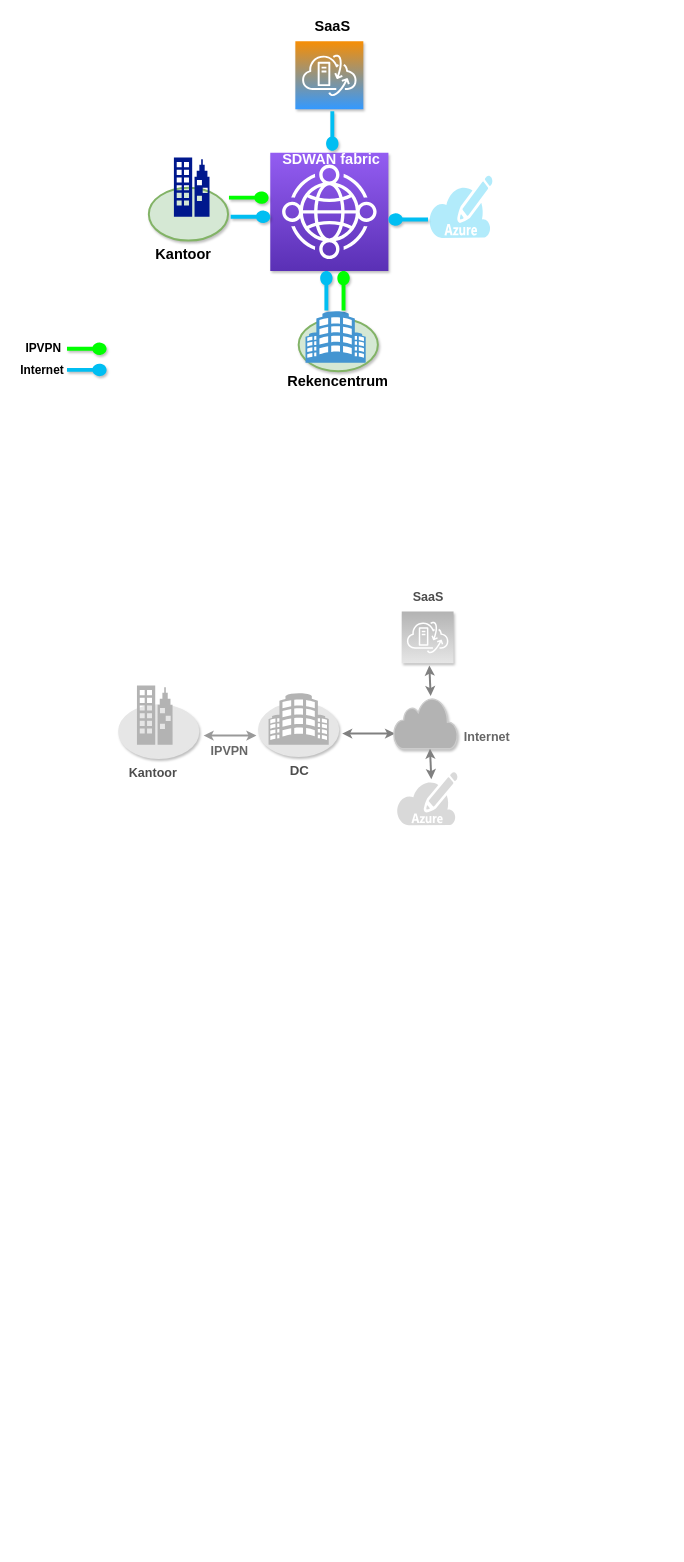
This is SDWAN-project.drawio from mhwwas/Terraform, a draw.io file, before an edit. Source tidied: cells renumbered, new cells numbered last; positions are measured from the earlier drawing's top-left corner, leaving out a move shared by most shapes. Both pictures are drawn from the tidied source at 66%, with x=0, y=0 at pixel (14, 14). Pictures stored in the file or linked from it are replaced by grey dashed boxes.
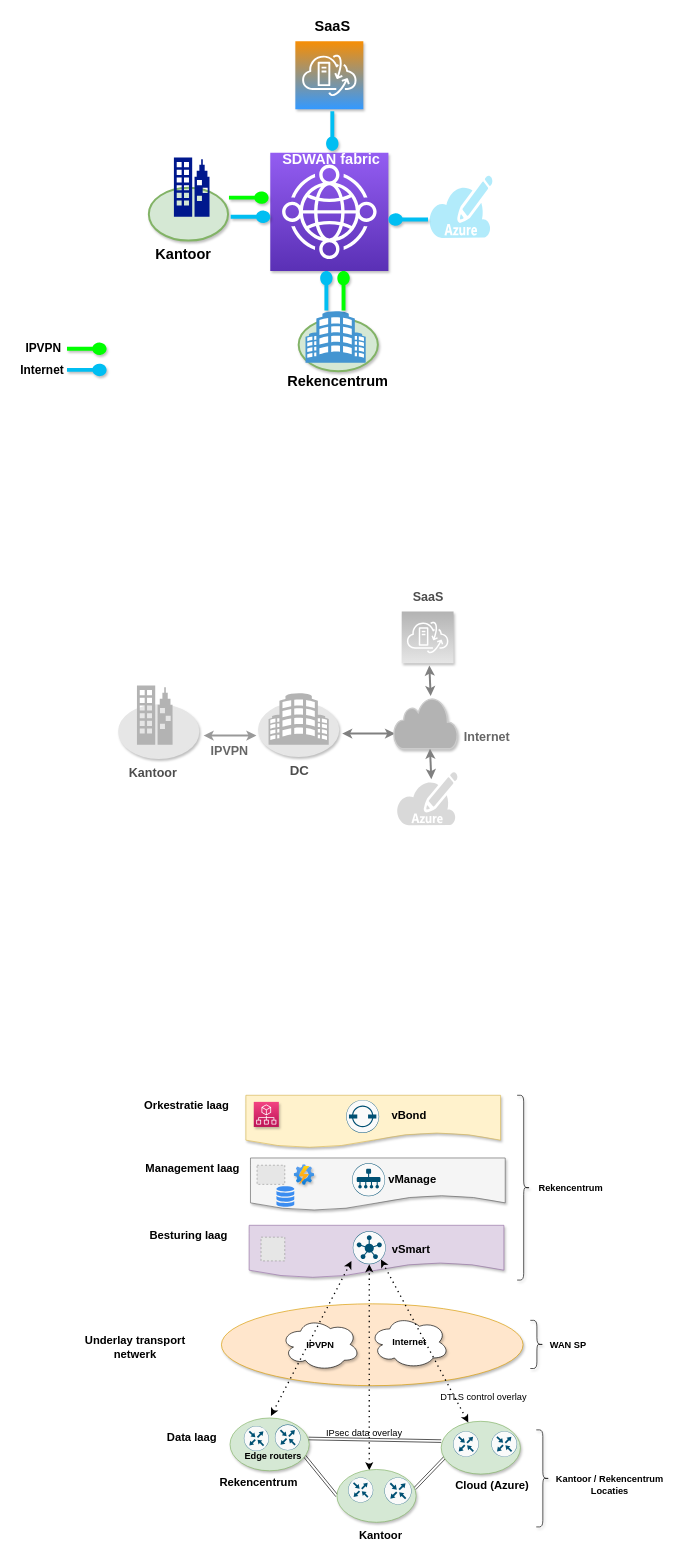
The same diagram, later.

Change to the diagram source:
```diff
@@
+    <mxCell id="40" style="shape=link;html=1;rounded=0;fontSize=17;startArrow=classic;startFill=1;endArrow=classic;endFill=1;width=-4;exitX=0.983;exitY=0.363;exitDx=0;exitDy=0;exitPerimeter=0;" parent="1" edge="1" source="73">
+      <mxGeometry relative="1" as="geometry">
+        <mxPoint x="669" y="2169.5" as="targetPoint" />
+      </mxGeometry>
+    </mxCell>
+    <mxCell id="41" style="shape=link;html=1;rounded=0;fontSize=17;startArrow=classic;startFill=1;endArrow=classic;endFill=1;width=-4;entryX=0;entryY=0.5;entryDx=0;entryDy=0;exitX=0.855;exitY=0.8555;exitDx=0;exitDy=0;exitPerimeter=0;" parent="1" edge="1" source="52" target="73">
+      <mxGeometry relative="1" as="geometry" />
+    </mxCell>
+    <mxCell id="42" style="ellipse;whiteSpace=wrap;html=1;shadow=1;fillColor=#ffe6cc;strokeColor=#d79b00;" parent="1" vertex="1">
+      <mxGeometry x="314" y="1954" width="457" height="124" as="geometry" />
+    </mxCell>
+    <mxCell id="43" style="shape=document;whiteSpace=wrap;html=1;boundedLbl=1;shadow=1;fillColor=#e1d5e7;strokeColor=#9673a6;" parent="1" vertex="1">
+      <mxGeometry x="356" y="1835" width="386" height="80" as="geometry" />
+    </mxCell>
+    <mxCell id="44" style="shape=document;whiteSpace=wrap;html=1;boundedLbl=1;shadow=1;fillColor=#f5f5f5;fontColor=#333333;strokeColor=#666666;" parent="1" vertex="1">
+      <mxGeometry x="358" y="1733" width="386" height="80" as="geometry" />
+    </mxCell>
+    <mxCell id="45" style="shape=document;whiteSpace=wrap;html=1;boundedLbl=1;shadow=1;fillColor=#fff2cc;strokeColor=#d6b656;" parent="1" vertex="1">
+      <mxGeometry x="351" y="1638" width="386" height="80" as="geometry" />
+    </mxCell>
+    <mxCell id="46" style="ellipse;whiteSpace=wrap;html=1;fillColor=#d5e8d4;strokeColor=#82b366;shadow=1;" parent="1" vertex="1">
+      <mxGeometry x="647" y="2132" width="120" height="80" as="geometry" />
+    </mxCell>
+    <mxCell id="47" style="ellipse;whiteSpace=wrap;html=1;fillColor=#d5e8d4;strokeColor=#82b366;shadow=1;" parent="1" vertex="1">
+      <mxGeometry x="327" y="2127" width="120" height="80" as="geometry" />
+    </mxCell>
@@
+    <mxCell id="48" style="sketch=0;verticalLabelPosition=bottom;html=1;verticalAlign=top;align=center;shape=mxgraph.cisco19.rect;prIcon=vmanage;fillColor=#FAFAFA;strokeColor=#005073;" parent="1" vertex="1">
+      <mxGeometry x="512" y="1741" width="50" height="50" as="geometry" />
+    </mxCell>
+    <mxCell id="49" style="sketch=0;points=[[0.5,0,0],[1,0.5,0],[0.5,1,0],[0,0.5,0],[0.145,0.145,0],[0.8555,0.145,0],[0.855,0.8555,0],[0.145,0.855,0]];verticalLabelPosition=bottom;html=1;verticalAlign=top;align=center;shape=mxgraph.cisco19.rect;prIcon=vsmart;fillColor=#FAFAFA;strokeColor=#005073;" parent="1" vertex="1">
+      <mxGeometry x="513" y="1844" width="50" height="50" as="geometry" />
+    </mxCell>
+    <mxCell id="50" style="sketch=0;verticalLabelPosition=bottom;html=1;verticalAlign=top;align=center;shape=mxgraph.cisco19.rect;prIcon=vbond;fillColor=#FAFAFA;strokeColor=#005073;" parent="1" vertex="1">
+      <mxGeometry x="503" y="1645" width="50" height="50" as="geometry" />
+    </mxCell>
+    <mxCell id="51" style="sketch=0;verticalLabelPosition=bottom;html=1;verticalAlign=top;align=center;shape=mxgraph.cisco19.rect;prIcon=router;fillColor=#FAFAFA;strokeColor=#005073;" parent="1" vertex="1">
+      <mxGeometry x="348" y="2139" width="38" height="38" as="geometry" />
+    </mxCell>
+    <mxCell id="52" style="sketch=0;points=[[0.5,0,0],[1,0.5,0],[0.5,1,0],[0,0.5,0],[0.145,0.145,0],[0.8555,0.145,0],[0.855,0.8555,0],[0.145,0.855,0]];verticalLabelPosition=bottom;html=1;verticalAlign=top;align=center;shape=mxgraph.cisco19.rect;prIcon=router;fillColor=#FAFAFA;strokeColor=#005073;" parent="1" vertex="1">
+      <mxGeometry x="395" y="2137" width="39" height="39" as="geometry" />
+    </mxCell>
+    <mxCell id="53" style="sketch=0;verticalLabelPosition=bottom;html=1;verticalAlign=top;align=center;shape=mxgraph.cisco19.rect;prIcon=router;fillColor=#FAFAFA;strokeColor=#005073;" parent="1" vertex="1">
+      <mxGeometry x="665" y="2147" width="39" height="39" as="geometry" />
+    </mxCell>
+    <mxCell id="54" style="sketch=0;verticalLabelPosition=bottom;html=1;verticalAlign=top;align=center;shape=mxgraph.cisco19.rect;prIcon=router;fillColor=#FAFAFA;strokeColor=#005073;" parent="1" vertex="1">
+      <mxGeometry x="723" y="2147" width="39" height="39" as="geometry" />
+    </mxCell>
+    <mxCell id="55" value="&lt;font style=&quot;font-size: 14px;&quot;&gt;&lt;b&gt;IPVPN&lt;/b&gt;&lt;/font&gt;" style="ellipse;shape=cloud;whiteSpace=wrap;html=1;shadow=1;" parent="1" vertex="1">
+      <mxGeometry x="404" y="1975.5" width="120" height="80" as="geometry" />
+    </mxCell>
+    <mxCell id="56" value="&lt;font size=&quot;1&quot;&gt;&lt;b style=&quot;font-size: 14px;&quot;&gt;Internet&lt;/b&gt;&lt;/font&gt;" style="ellipse;shape=cloud;whiteSpace=wrap;html=1;shadow=1;" parent="1" vertex="1">
+      <mxGeometry x="539" y="1972" width="120" height="80" as="geometry" />
+    </mxCell>
+    <mxCell id="57" value="&lt;font size=&quot;1&quot;&gt;&lt;b style=&quot;font-size: 17px;&quot;&gt;Orkestratie laag&lt;/b&gt;&lt;/font&gt;" style="text;html=1;align=center;verticalAlign=middle;fillColor=none;strokeColor=none;rounded=0;shadow=1;fontSize=14;" parent="1" vertex="1">
+      <mxGeometry x="188" y="1638" width="146" height="32" as="geometry" />
+    </mxCell>
+    <mxCell id="58" value="&lt;font size=&quot;1&quot;&gt;&lt;b style=&quot;font-size: 17px;&quot;&gt;Management laag&lt;/b&gt;&lt;/font&gt;" style="text;html=1;align=center;verticalAlign=middle;fillColor=none;strokeColor=none;rounded=0;shadow=1;fontSize=14;" parent="1" vertex="1">
+      <mxGeometry x="189" y="1733" width="161" height="32" as="geometry" />
+    </mxCell>
+    <mxCell id="59" value="&lt;font size=&quot;1&quot;&gt;&lt;b style=&quot;font-size: 17px;&quot;&gt;Besturing laag&lt;/b&gt;&lt;/font&gt;" style="text;html=1;align=center;verticalAlign=middle;fillColor=none;strokeColor=none;rounded=0;shadow=1;fontSize=14;" parent="1" vertex="1">
+      <mxGeometry x="196" y="1835" width="136" height="32" as="geometry" />
+    </mxCell>
+    <mxCell id="60" value="&lt;div&gt;&lt;font size=&quot;1&quot;&gt;&lt;b style=&quot;font-size: 17px;&quot;&gt;Underlay transport &lt;br&gt;&lt;/b&gt;&lt;/font&gt;&lt;/div&gt;&lt;div&gt;&lt;font size=&quot;1&quot;&gt;&lt;b style=&quot;font-size: 17px;&quot;&gt;netwerk&lt;/b&gt;&lt;/font&gt;&lt;/div&gt;" style="text;html=1;align=center;verticalAlign=middle;fillColor=none;strokeColor=none;rounded=0;shadow=1;fontSize=14;" parent="1" vertex="1">
+      <mxGeometry x="98" y="1993" width="170" height="53" as="geometry" />
+    </mxCell>
+    <mxCell id="61" value="&lt;font size=&quot;1&quot;&gt;&lt;b style=&quot;font-size: 17px;&quot;&gt;Data laag&lt;/b&gt;&lt;/font&gt;" style="text;html=1;align=center;verticalAlign=middle;fillColor=none;strokeColor=none;rounded=0;shadow=1;fontSize=14;" parent="1" vertex="1">
+      <mxGeometry x="222" y="2142" width="94" height="32" as="geometry" />
+    </mxCell>
+    <mxCell id="62" value="&lt;font size=&quot;1&quot;&gt;&lt;b style=&quot;font-size: 17px;&quot;&gt;Rekencentrum&lt;br&gt;&lt;/b&gt;&lt;/font&gt;" style="text;html=1;align=center;verticalAlign=middle;fillColor=none;strokeColor=none;rounded=0;shadow=1;fontSize=14;" parent="1" vertex="1">
+      <mxGeometry x="302" y="2210" width="136" height="32" as="geometry" />
+    </mxCell>
+    <mxCell id="63" value="&lt;font size=&quot;1&quot;&gt;&lt;b style=&quot;font-size: 17px;&quot;&gt;Kantoor&lt;br&gt;&lt;/b&gt;&lt;/font&gt;" style="text;html=1;align=center;verticalAlign=middle;fillColor=none;strokeColor=none;rounded=0;shadow=1;fontSize=14;" parent="1" vertex="1">
+      <mxGeometry x="513" y="2290" width="83" height="32" as="geometry" />
+    </mxCell>
+    <mxCell id="64" value="&lt;font size=&quot;1&quot;&gt;&lt;b style=&quot;font-size: 17px;&quot;&gt;Cloud (Azure)&lt;br&gt;&lt;/b&gt;&lt;/font&gt;" style="text;html=1;align=center;verticalAlign=middle;fillColor=none;strokeColor=none;rounded=0;shadow=1;fontSize=14;" parent="1" vertex="1">
+      <mxGeometry x="659" y="2214" width="129" height="32" as="geometry" />
+    </mxCell>
+    <mxCell id="65" value="&lt;font size=&quot;1&quot;&gt;&lt;b style=&quot;font-size: 17px;&quot;&gt;vSmart&lt;br&gt;&lt;/b&gt;&lt;/font&gt;" style="text;html=1;align=center;verticalAlign=middle;fillColor=none;strokeColor=none;rounded=0;shadow=1;fontSize=14;" parent="1" vertex="1">
+      <mxGeometry x="563" y="1857" width="76" height="32" as="geometry" />
+    </mxCell>
+    <mxCell id="66" value="&lt;font size=&quot;1&quot;&gt;&lt;b style=&quot;font-size: 17px;&quot;&gt;vManage&lt;/b&gt;&lt;/font&gt;" style="text;html=1;align=center;verticalAlign=middle;fillColor=none;strokeColor=none;rounded=0;shadow=1;fontSize=14;" parent="1" vertex="1">
+      <mxGeometry x="557" y="1750" width="91" height="32" as="geometry" />
+    </mxCell>
+    <mxCell id="67" value="&lt;font size=&quot;1&quot;&gt;&lt;b style=&quot;font-size: 17px;&quot;&gt;vBond&lt;/b&gt;&lt;/font&gt;" style="text;html=1;align=center;verticalAlign=middle;fillColor=none;strokeColor=none;rounded=0;shadow=1;fontSize=14;" parent="1" vertex="1">
+      <mxGeometry x="562" y="1654" width="71" height="32" as="geometry" />
+    </mxCell>
+    <mxCell id="68" style="endArrow=classic;dashed=1;html=1;dashPattern=1 3;strokeWidth=2;rounded=0;fontSize=17;entryX=-0.04;entryY=0.9;entryDx=0;entryDy=0;entryPerimeter=0;startArrow=classic;startFill=1;endFill=1;" parent="1" edge="1" target="49">
+      <mxGeometry relative="1" as="geometry">
+        <mxPoint x="389" y="2124" as="sourcePoint" />
+      </mxGeometry>
+    </mxCell>
+    <mxCell id="69" style="endArrow=classic;dashed=1;html=1;dashPattern=1 3;strokeWidth=2;rounded=0;fontSize=17;entryX=0.5;entryY=1;entryDx=0;entryDy=0;entryPerimeter=0;exitX=0.408;exitY=0.013;exitDx=0;exitDy=0;exitPerimeter=0;startArrow=classic;startFill=1;endFill=1;" parent="1" edge="1" source="73" target="49">
+      <mxGeometry relative="1" as="geometry" />
+    </mxCell>
+    <mxCell id="70" style="endArrow=classic;dashed=1;html=1;dashPattern=1 3;strokeWidth=2;rounded=0;fontSize=17;entryX=0.855;entryY=0.8555;entryDx=0;entryDy=0;entryPerimeter=0;exitX=0.342;exitY=0.025;exitDx=0;exitDy=0;exitPerimeter=0;startArrow=classic;startFill=1;endFill=1;" parent="1" edge="1" source="46" target="49">
+      <mxGeometry relative="1" as="geometry" />
+    </mxCell>
+    <mxCell id="71" value="&lt;div&gt;DTLS control overlay&lt;br&gt;&lt;/div&gt;" style="text;html=1;align=center;verticalAlign=middle;fillColor=none;strokeColor=none;rounded=0;shadow=1;fontSize=14;" parent="1" vertex="1">
+      <mxGeometry x="636" y="2080" width="149" height="29" as="geometry" />
+    </mxCell>
+    <mxCell id="72" style="group;" parent="1" vertex="1">
+      <mxGeometry x="489" y="2205" width="120" height="80" as="geometry" />
+    </mxCell>
+    <mxCell id="73" style="ellipse;whiteSpace=wrap;html=1;fillColor=#d5e8d4;strokeColor=#82b366;shadow=1;" parent="72" vertex="1">
+      <mxGeometry width="120" height="80" as="geometry" />
+    </mxCell>
+    <mxCell id="74" style="sketch=0;verticalLabelPosition=bottom;html=1;verticalAlign=top;align=center;shape=mxgraph.cisco19.rect;prIcon=router;fillColor=#FAFAFA;strokeColor=#005073;" parent="72" vertex="1">
+      <mxGeometry x="17" y="12" width="38" height="38" as="geometry" />
+    </mxCell>
+    <mxCell id="75" style="sketch=0;verticalLabelPosition=bottom;html=1;verticalAlign=top;align=center;shape=mxgraph.cisco19.rect;prIcon=router;fillColor=#FAFAFA;strokeColor=#005073;" parent="72" vertex="1">
+      <mxGeometry x="72" y="12" width="41" height="41" as="geometry" />
+    </mxCell>
+    <mxCell id="76" style="shape=link;html=1;rounded=0;fontSize=17;startArrow=classic;startFill=1;endArrow=classic;endFill=1;width=-4;entryX=0;entryY=0.375;entryDx=0;entryDy=0;exitX=0.992;exitY=0.388;exitDx=0;exitDy=0;exitPerimeter=0;entryPerimeter=0;" parent="1" edge="1" source="47" target="46">
+      <mxGeometry relative="1" as="geometry" />
+    </mxCell>
+    <mxCell id="77" value="IPsec data overlay" style="text;html=1;align=center;verticalAlign=middle;fillColor=none;strokeColor=none;rounded=0;shadow=1;fontSize=14;" parent="1" vertex="1">
+      <mxGeometry x="463" y="2135" width="133" height="29" as="geometry" />
+    </mxCell>
+    <mxCell id="78" style="fillColor=#E6E6E6;strokeColor=#999999;dashed=1;verticalLabelPosition=bottom;labelBackgroundColor=#ffffff;verticalAlign=top;fontSize=17;" parent="1" vertex="1">
+      <mxGeometry x="374" y="1853" width="36" height="36" as="geometry" />
+    </mxCell>
+    <mxCell id="79" style="sketch=0;html=1;strokeColor=none;shadow=0;align=center;verticalAlign=top;fillColor=#3B8DF1;shape=mxgraph.gcp2.cloud_monitoring;fontSize=17;" parent="1" vertex="1">
+      <mxGeometry x="397" y="1776" width="28" height="31.1" as="geometry" />
+    </mxCell>
+    <mxCell id="80" style="fillColor=#E6E6E6;strokeColor=#999999;dashed=1;html=1;verticalAlign=top;labelPosition=center;verticalLabelPosition=bottom;align=center;spacingTop=-6;fontSize=11;fontStyle=1;fontColor=#999999;" parent="1" vertex="1">
+      <mxGeometry x="368" y="1744" width="42" height="29" as="geometry" />
+    </mxCell>
+    <mxCell id="81" style="html=1;align=center;image;fontSize=12;image=img/lib/azure2/management_governance/Automation_Accounts.svg;shadow=1;" parent="1" vertex="1">
+      <mxGeometry x="424" y="1743" width="31" height="31" as="geometry" />
+    </mxCell>
+    <mxCell id="82" style="sketch=0;fontColor=#232F3E;gradientColor=#F34482;gradientDirection=north;fillColor=#BC1356;strokeColor=#ffffff;dashed=0;verticalLabelPosition=bottom;verticalAlign=top;align=center;html=1;fontSize=12;fontStyle=0;shape=mxgraph.aws4.resourceIcon;resIcon=mxgraph.aws4.organizations;shadow=1;" parent="1" vertex="1">
+      <mxGeometry x="363" y="1648" width="38" height="38" as="geometry" />
+    </mxCell>
+    <mxCell id="83" style="shape=curlyBracket;whiteSpace=wrap;html=1;rounded=1;flipH=1;shadow=1;fontSize=17;strokeWidth=1;" parent="1" vertex="1">
+      <mxGeometry x="762" y="1638" width="20" height="280" as="geometry" />
+    </mxCell>
+    <mxCell id="84" style="shape=curlyBracket;whiteSpace=wrap;html=1;rounded=1;flipH=1;shadow=1;fontSize=17;strokeWidth=1;" parent="1" vertex="1">
+      <mxGeometry x="782" y="1979" width="20" height="73" as="geometry" />
+    </mxCell>
+    <mxCell id="85" style="shape=curlyBracket;whiteSpace=wrap;html=1;rounded=1;flipH=1;shadow=1;fontSize=17;strokeWidth=1;" parent="1" vertex="1">
+      <mxGeometry x="791" y="2145" width="20" height="147" as="geometry" />
+    </mxCell>
+    <mxCell id="86" value="&lt;b&gt;Rekencentrum&lt;/b&gt;" style="text;html=1;align=center;verticalAlign=middle;fillColor=none;strokeColor=none;rounded=0;shadow=1;fontSize=14;" parent="1" vertex="1">
+      <mxGeometry x="785" y="1763.5" width="115" height="29" as="geometry" />
+    </mxCell>
+    <mxCell id="87" value="&lt;b&gt;WAN SP&lt;br&gt;&lt;/b&gt;" style="text;html=1;align=center;verticalAlign=middle;fillColor=none;strokeColor=none;rounded=0;shadow=1;fontSize=14;" parent="1" vertex="1">
+      <mxGeometry x="802" y="2001.5" width="73" height="29" as="geometry" />
+    </mxCell>
+    <mxCell id="88" value="&lt;div&gt;&lt;b&gt;Kantoor / Rekencentrum&lt;/b&gt;&lt;/div&gt;&lt;div&gt;&lt;b&gt;Locaties&lt;/b&gt;&lt;/div&gt;" style="text;html=1;align=center;verticalAlign=middle;fillColor=none;strokeColor=none;rounded=0;shadow=1;fontSize=14;" parent="1" vertex="1">
+      <mxGeometry x="811" y="2205" width="181" height="46" as="geometry" />
+    </mxCell>
+    <mxCell id="89" value="&lt;b&gt;Edge routers&lt;/b&gt;" style="text;html=1;align=center;verticalAlign=middle;fillColor=none;strokeColor=none;rounded=0;shadow=1;fontSize=14;" parent="1" vertex="1">
+      <mxGeometry x="340" y="2170" width="104" height="29" as="geometry" />
+    </mxCell>
```
